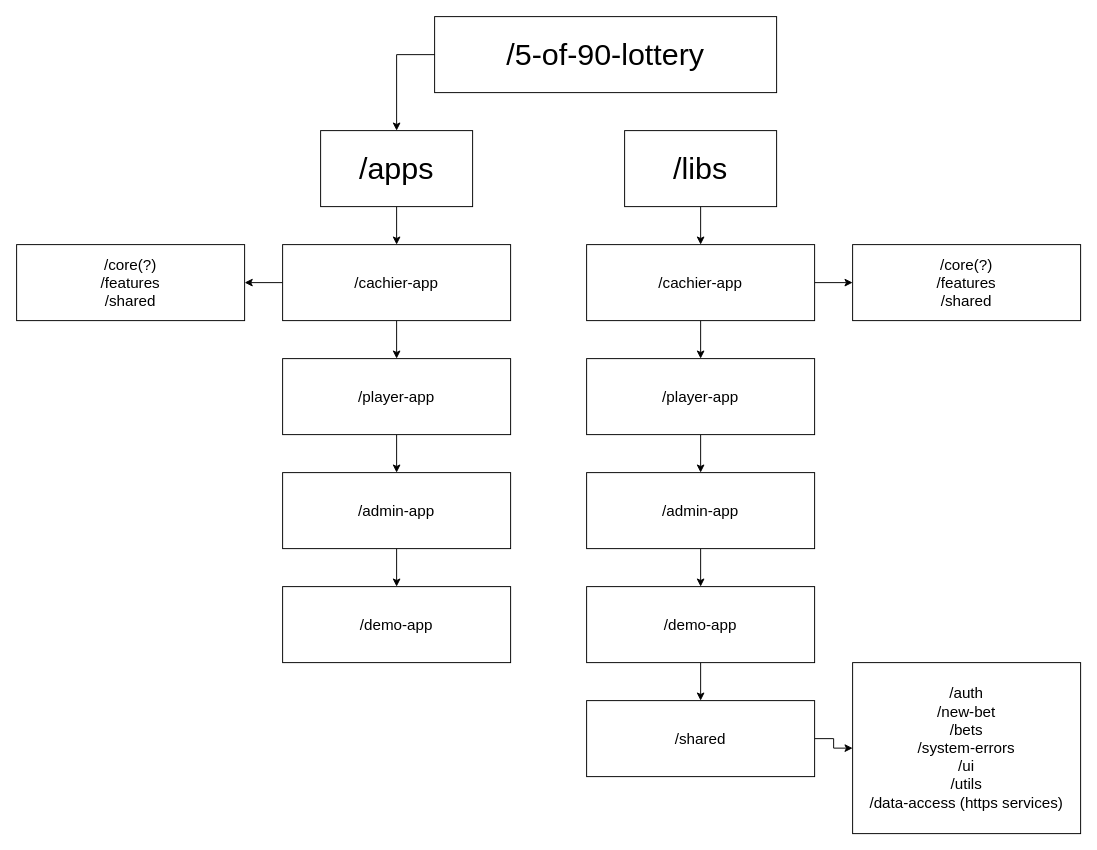
The draw.io diagram src/assets/Диаграмма без названия.drawio in ValeryYuntsevich/ag-grid, before the edit. Source tidied: cells renumbered, new cells numbered last; positions are measured from the earlier drawing's top-left corner, leaving out a move shared by most shapes. Both pictures are drawn from the tidied source at 95%, with x=0, y=0 at pixel (16, 16).
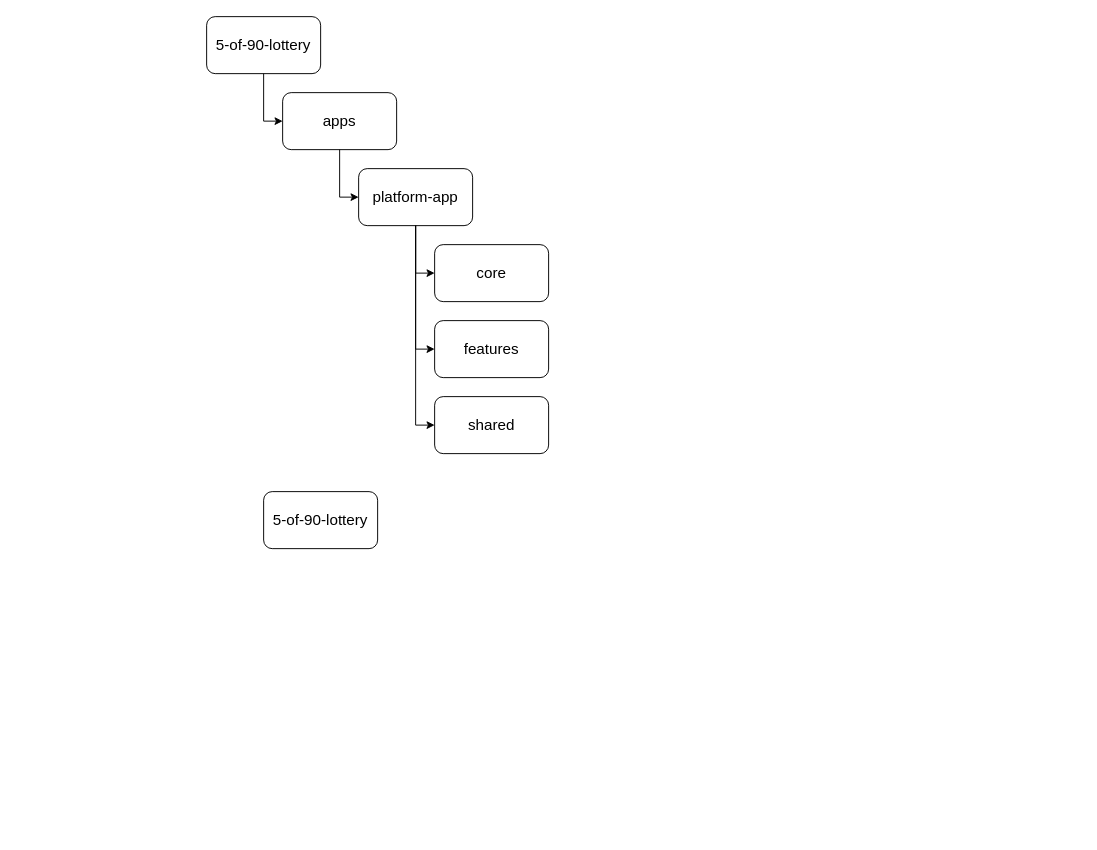
Above is the later version.

The edit, as a diff of the source:
```diff
@@
-    <mxCell id="2" value="&lt;font style=&quot;font-size: 32px;&quot;&gt;/5-of-90-lottery&lt;/font&gt;" style="rounded=0;whiteSpace=wrap;html=1;" parent="1" vertex="1">
-      <mxGeometry x="440" width="360" height="80" as="geometry" />
-    </mxCell>
-    <mxCell id="3" style="edgeStyle=orthogonalEdgeStyle;rounded=0;jettySize=auto;html=1;exitX=0.5;exitY=1;exitDx=0;exitDy=0;entryX=0.5;entryY=0;entryDx=0;entryDy=0;fontSize=16;" parent="1" edge="1" source="4" target="11">
-      <mxGeometry relative="1" as="geometry" />
-    </mxCell>
-    <mxCell id="4" value="&lt;font style=&quot;font-size: 32px;&quot;&gt;/apps&lt;/font&gt;" style="rounded=0;whiteSpace=wrap;html=1;" parent="1" vertex="1">
-      <mxGeometry x="320" y="120" width="160" height="80" as="geometry" />
-    </mxCell>
-    <mxCell id="5" style="edgeStyle=orthogonalEdgeStyle;rounded=0;jettySize=auto;html=1;entryX=0.5;entryY=0;entryDx=0;entryDy=0;fontSize=16;" parent="1" edge="1" source="6" target="20">
-      <mxGeometry relative="1" as="geometry" />
-    </mxCell>
-    <mxCell id="6" value="&lt;font style=&quot;font-size: 32px;&quot;&gt;/libs&lt;/font&gt;" style="rounded=0;whiteSpace=wrap;html=1;" parent="1" vertex="1">
-      <mxGeometry x="640" y="120" width="160" height="80" as="geometry" />
-    </mxCell>
-    <mxCell id="7" style="endArrow=classic;html=1;rounded=0;fontSize=32;entryX=0.5;entryY=0;entryDx=0;entryDy=0;" parent="1" edge="1" target="4">
-      <mxGeometry relative="1" as="geometry">
-        <mxPoint x="400" y="40" as="sourcePoint" />
-      </mxGeometry>
-    </mxCell>
-    <mxCell id="8" style="endArrow=none;html=1;rounded=0;fontSize=32;entryX=0;entryY=0.5;entryDx=0;entryDy=0;" parent="1" edge="1" target="2">
-      <mxGeometry relative="1" as="geometry">
-        <mxPoint x="400" y="40" as="sourcePoint" />
-      </mxGeometry>
-    </mxCell>
-    <mxCell id="9" style="edgeStyle=orthogonalEdgeStyle;rounded=0;jettySize=auto;html=1;exitX=0.5;exitY=1;exitDx=0;exitDy=0;entryX=0.5;entryY=0;entryDx=0;entryDy=0;fontSize=16;" parent="1" edge="1" source="11" target="13">
-      <mxGeometry relative="1" as="geometry" />
-    </mxCell>
-    <mxCell id="10" style="edgeStyle=orthogonalEdgeStyle;rounded=0;jettySize=auto;html=1;entryX=1;entryY=0.5;entryDx=0;entryDy=0;fontSize=16;" parent="1" edge="1" source="11" target="17">
-      <mxGeometry relative="1" as="geometry" />
-    </mxCell>
-    <mxCell id="11" value="&lt;font style=&quot;font-size: 16px;&quot;&gt;/cachier-app&lt;/font&gt;" style="rounded=0;whiteSpace=wrap;html=1;" parent="1" vertex="1">
-      <mxGeometry x="280" y="240" width="240" height="80" as="geometry" />
-    </mxCell>
-    <mxCell id="12" style="edgeStyle=orthogonalEdgeStyle;rounded=0;jettySize=auto;html=1;exitX=0.5;exitY=1;exitDx=0;exitDy=0;entryX=0.5;entryY=0;entryDx=0;entryDy=0;fontSize=16;" parent="1" edge="1" source="13" target="15">
-      <mxGeometry relative="1" as="geometry" />
-    </mxCell>
-    <mxCell id="13" value="&lt;font style=&quot;font-size: 16px;&quot;&gt;/player-app&lt;/font&gt;" style="rounded=0;whiteSpace=wrap;html=1;" parent="1" vertex="1">
-      <mxGeometry x="280" y="360" width="240" height="80" as="geometry" />
-    </mxCell>
-    <mxCell id="14" style="edgeStyle=orthogonalEdgeStyle;rounded=0;jettySize=auto;html=1;exitX=0.5;exitY=1;exitDx=0;exitDy=0;entryX=0.5;entryY=0;entryDx=0;entryDy=0;fontSize=16;" parent="1" edge="1" source="15" target="16">
-      <mxGeometry relative="1" as="geometry" />
-    </mxCell>
-    <mxCell id="15" value="&lt;font style=&quot;font-size: 16px;&quot;&gt;/admin-app&lt;/font&gt;" style="rounded=0;whiteSpace=wrap;html=1;" parent="1" vertex="1">
-      <mxGeometry x="280" y="480" width="240" height="80" as="geometry" />
-    </mxCell>
-    <mxCell id="16" value="&lt;font style=&quot;font-size: 16px;&quot;&gt;/demo-app&lt;/font&gt;" style="rounded=0;whiteSpace=wrap;html=1;" parent="1" vertex="1">
-      <mxGeometry x="280" y="600" width="240" height="80" as="geometry" />
-    </mxCell>
-    <mxCell id="17" value="&lt;span style=&quot;font-size: 16px;&quot;&gt;/core(?)&lt;br&gt;/features&lt;br&gt;/shared&lt;br&gt;&lt;/span&gt;" style="rounded=0;whiteSpace=wrap;html=1;" parent="1" vertex="1">
-      <mxGeometry y="240" width="240" height="80" as="geometry" />
-    </mxCell>
-    <mxCell id="18" style="edgeStyle=orthogonalEdgeStyle;rounded=0;jettySize=auto;html=1;entryX=0.5;entryY=0;entryDx=0;entryDy=0;fontSize=16;" parent="1" edge="1" source="20" target="22">
-      <mxGeometry relative="1" as="geometry" />
-    </mxCell>
-    <mxCell id="19" style="edgeStyle=orthogonalEdgeStyle;rounded=0;jettySize=auto;html=1;fontSize=16;" parent="1" edge="1" source="20" target="30">
-      <mxGeometry relative="1" as="geometry" />
-    </mxCell>
-    <mxCell id="20" value="&lt;span style=&quot;font-size: 16px;&quot;&gt;/cachier-app&lt;/span&gt;&lt;span style=&quot;font-size: 16px;&quot;&gt;&lt;br&gt;&lt;/span&gt;" style="rounded=0;whiteSpace=wrap;html=1;" parent="1" vertex="1">
-      <mxGeometry x="600" y="240" width="240" height="80" as="geometry" />
-    </mxCell>
-    <mxCell id="21" style="edgeStyle=orthogonalEdgeStyle;rounded=0;jettySize=auto;html=1;entryX=0.5;entryY=0;entryDx=0;entryDy=0;fontSize=16;" parent="1" edge="1" source="22" target="24">
-      <mxGeometry relative="1" as="geometry" />
-    </mxCell>
-    <mxCell id="22" value="&lt;font style=&quot;font-size: 16px;&quot;&gt;/player-app&lt;/font&gt;" style="rounded=0;whiteSpace=wrap;html=1;" parent="1" vertex="1">
-      <mxGeometry x="600" y="360" width="240" height="80" as="geometry" />
-    </mxCell>
-    <mxCell id="23" style="edgeStyle=orthogonalEdgeStyle;rounded=0;jettySize=auto;html=1;entryX=0.5;entryY=0;entryDx=0;entryDy=0;fontSize=16;" parent="1" edge="1" source="24" target="26">
-      <mxGeometry relative="1" as="geometry" />
-    </mxCell>
-    <mxCell id="24" value="&lt;font style=&quot;font-size: 16px;&quot;&gt;/admin-app&lt;/font&gt;" style="rounded=0;whiteSpace=wrap;html=1;" parent="1" vertex="1">
-      <mxGeometry x="600" y="480" width="240" height="80" as="geometry" />
-    </mxCell>
-    <mxCell id="25" style="edgeStyle=orthogonalEdgeStyle;rounded=0;jettySize=auto;html=1;fontSize=16;" parent="1" edge="1" source="26" target="28">
-      <mxGeometry relative="1" as="geometry" />
-    </mxCell>
-    <mxCell id="26" value="&lt;font style=&quot;font-size: 16px;&quot;&gt;/demo-app&lt;/font&gt;" style="rounded=0;whiteSpace=wrap;html=1;" parent="1" vertex="1">
-      <mxGeometry x="600" y="600" width="240" height="80" as="geometry" />
-    </mxCell>
-    <mxCell id="27" style="edgeStyle=orthogonalEdgeStyle;rounded=0;jettySize=auto;html=1;fontSize=16;" parent="1" edge="1" source="28" target="29">
-      <mxGeometry relative="1" as="geometry" />
-    </mxCell>
-    <mxCell id="28" value="&lt;font style=&quot;font-size: 16px;&quot;&gt;/shared&lt;/font&gt;" style="rounded=0;whiteSpace=wrap;html=1;" parent="1" vertex="1">
-      <mxGeometry x="600" y="720" width="240" height="80" as="geometry" />
-    </mxCell>
-    <mxCell id="29" value="&lt;span style=&quot;font-size: 16px;&quot;&gt;/auth&lt;br&gt;/new-bet&lt;br&gt;/bets&lt;br&gt;/system-errors&lt;br&gt;/ui&lt;br&gt;/utils&lt;br&gt;/data-access (https services)&lt;br&gt;&lt;/span&gt;" style="rounded=0;whiteSpace=wrap;html=1;" parent="1" vertex="1">
-      <mxGeometry x="880" y="680" width="240" height="180" as="geometry" />
-    </mxCell>
-    <mxCell id="30" value="&lt;span style=&quot;font-size: 16px;&quot;&gt;/core(?)&lt;br&gt;/features&lt;br&gt;/shared&lt;br&gt;&lt;/span&gt;" style="rounded=0;whiteSpace=wrap;html=1;" parent="1" vertex="1">
-      <mxGeometry x="880" y="240" width="240" height="80" as="geometry" />
-    </mxCell>
+    <mxCell id="31" value="5-of-90-lottery" style="rounded=1;whiteSpace=wrap;html=1;fontSize=16;" parent="1" vertex="1">
+      <mxGeometry x="200" width="120" height="60" as="geometry" />
+    </mxCell>
+    <mxCell id="32" value="apps" style="rounded=1;whiteSpace=wrap;html=1;fontSize=16;" parent="1" vertex="1">
+      <mxGeometry x="280" y="80" width="120" height="60" as="geometry" />
+    </mxCell>
+    <mxCell id="33" value="5-of-90-lottery" style="rounded=1;whiteSpace=wrap;html=1;fontSize=16;" parent="1" vertex="1">
+      <mxGeometry x="260" y="500" width="120" height="60" as="geometry" />
+    </mxCell>
+    <mxCell id="34" style="endArrow=none;html=1;rounded=0;fontSize=16;entryX=0.5;entryY=1;entryDx=0;entryDy=0;" parent="1" edge="1" target="31">
+      <mxGeometry relative="1" as="geometry">
+        <mxPoint x="260" y="110" as="sourcePoint" />
+      </mxGeometry>
+    </mxCell>
+    <mxCell id="35" style="endArrow=classic;html=1;rounded=0;fontSize=16;entryX=0;entryY=0.5;entryDx=0;entryDy=0;" parent="1" edge="1" target="32">
+      <mxGeometry relative="1" as="geometry">
+        <mxPoint x="260" y="110" as="sourcePoint" />
+      </mxGeometry>
+    </mxCell>
+    <mxCell id="36" value="platform-app" style="rounded=1;whiteSpace=wrap;html=1;fontSize=16;" parent="1" vertex="1">
+      <mxGeometry x="360" y="160" width="120" height="60" as="geometry" />
+    </mxCell>
+    <mxCell id="37" style="endArrow=none;html=1;rounded=0;fontSize=16;entryX=0.5;entryY=1;entryDx=0;entryDy=0;" parent="1" edge="1" target="32">
+      <mxGeometry relative="1" as="geometry">
+        <mxPoint x="340" y="190" as="sourcePoint" />
+      </mxGeometry>
+    </mxCell>
+    <mxCell id="38" style="endArrow=classic;html=1;rounded=0;fontSize=16;entryX=0;entryY=0.5;entryDx=0;entryDy=0;" parent="1" edge="1" target="36">
+      <mxGeometry relative="1" as="geometry">
+        <mxPoint x="340" y="190" as="sourcePoint" />
+      </mxGeometry>
+    </mxCell>
+    <mxCell id="39" value="core" style="rounded=1;whiteSpace=wrap;html=1;fontSize=16;" parent="1" vertex="1">
+      <mxGeometry x="440" y="240" width="120" height="60" as="geometry" />
+    </mxCell>
+    <mxCell id="40" value="features" style="rounded=1;whiteSpace=wrap;html=1;fontSize=16;" parent="1" vertex="1">
+      <mxGeometry x="440" y="320" width="120" height="60" as="geometry" />
+    </mxCell>
+    <mxCell id="41" value="shared" style="rounded=1;whiteSpace=wrap;html=1;fontSize=16;" parent="1" vertex="1">
+      <mxGeometry x="440" y="400" width="120" height="60" as="geometry" />
+    </mxCell>
+    <mxCell id="42" style="endArrow=classic;html=1;rounded=0;fontSize=16;exitX=0.5;exitY=1;exitDx=0;exitDy=0;entryX=0;entryY=0.5;entryDx=0;entryDy=0;" parent="1" edge="1" source="36" target="39">
+      <mxGeometry relative="1" as="geometry">
+        <Array as="points">
+          <mxPoint x="420" y="270" />
+        </Array>
+      </mxGeometry>
+    </mxCell>
+    <mxCell id="43" style="endArrow=classic;html=1;rounded=0;fontSize=16;entryX=0;entryY=0.5;entryDx=0;entryDy=0;exitX=0.5;exitY=1;exitDx=0;exitDy=0;" parent="1" edge="1" source="36" target="40">
+      <mxGeometry relative="1" as="geometry">
+        <Array as="points">
+          <mxPoint x="420" y="350" />
+        </Array>
+      </mxGeometry>
+    </mxCell>
+    <mxCell id="44" style="endArrow=classic;html=1;rounded=0;fontSize=16;exitX=0.5;exitY=1;exitDx=0;exitDy=0;entryX=0;entryY=0.5;entryDx=0;entryDy=0;" parent="1" edge="1" source="36" target="41">
+      <mxGeometry relative="1" as="geometry">
+        <Array as="points">
+          <mxPoint x="420" y="430" />
+        </Array>
+      </mxGeometry>
+    </mxCell>
```
